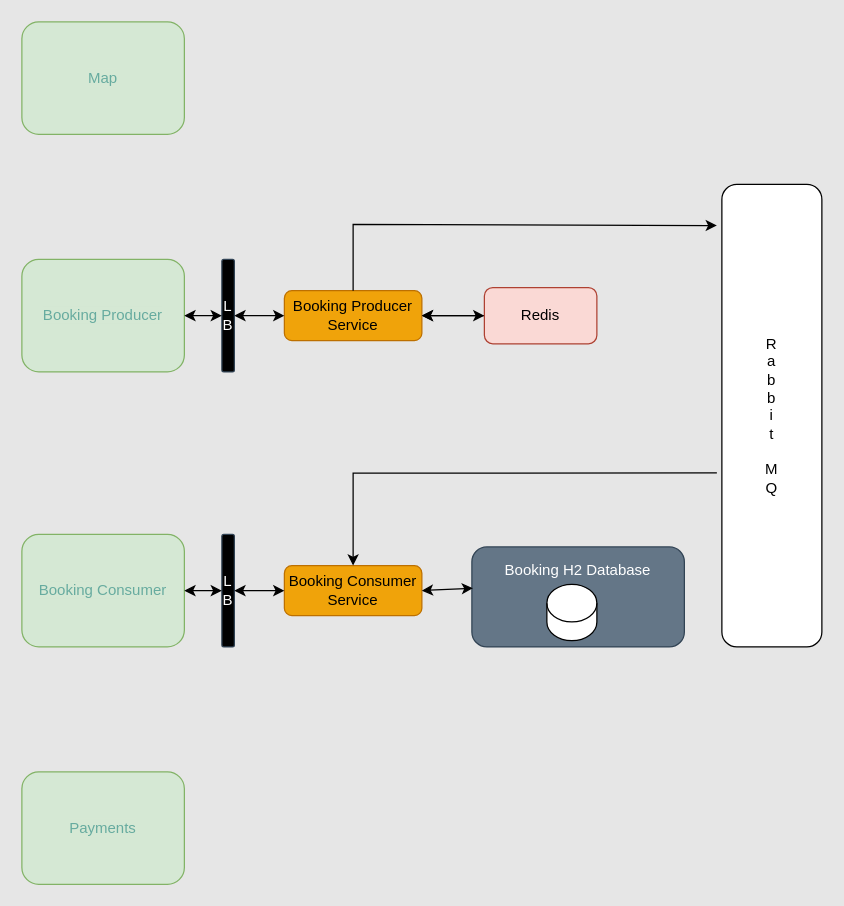
Earlier version of the draw.io diagram docs/Arch_Design.drawio (bozgur87/inghub). Source tidied: cells renumbered, new cells numbered last; positions are measured from the earlier drawing's top-left corner, leaving out a move shared by most shapes. Both pictures are drawn from the tidied source at 125%, with x=0, y=0 at pixel (21, 21).
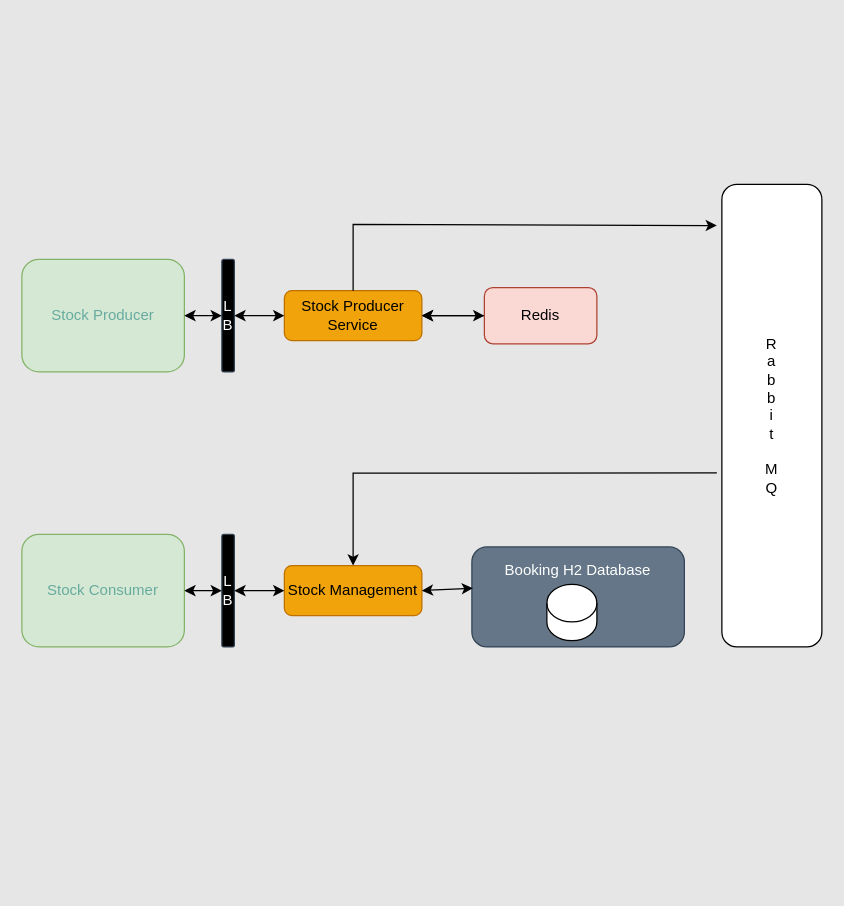
The same page after the edit.

Commit message (it also covers changes not shown here):
fix: github url

Change to the diagram source:
```diff
@@
-    <mxCell id="2" value="&lt;span style=&quot;background-color: rgb(213, 232, 212);&quot;&gt;&lt;font color=&quot;#67ab9f&quot;&gt;Booking Producer&lt;/font&gt;&lt;/span&gt;" style="rounded=1;whiteSpace=wrap;html=1;fillColor=#d5e8d4;strokeColor=#82b366;" parent="1" vertex="1">
+    <mxCell id="2" value="&lt;span style=&quot;background-color: rgb(213, 232, 212);&quot;&gt;&lt;font color=&quot;#67ab9f&quot;&gt;Stock Producer&lt;/font&gt;&lt;/span&gt;" style="rounded=1;whiteSpace=wrap;html=1;fillColor=#d5e8d4;strokeColor=#82b366;" parent="1" vertex="1">
       <mxGeometry y="190" width="130" height="90" as="geometry" />
     </mxCell>
-    <mxCell id="3" value="&lt;span style=&quot;background-color: rgb(213, 232, 212);&quot;&gt;&lt;font color=&quot;#67ab9f&quot;&gt;Map&lt;/font&gt;&lt;/span&gt;" style="rounded=1;whiteSpace=wrap;html=1;fillColor=#d5e8d4;strokeColor=#82b366;" parent="1" vertex="1">
-      <mxGeometry width="130" height="90" as="geometry" />
-    </mxCell>
-    <mxCell id="4" value="&lt;span style=&quot;background-color: rgb(213, 232, 212);&quot;&gt;&lt;font color=&quot;#67ab9f&quot;&gt;Payments&lt;/font&gt;&lt;/span&gt;" style="rounded=1;whiteSpace=wrap;html=1;fillColor=#d5e8d4;strokeColor=#82b366;" parent="1" vertex="1">
-      <mxGeometry y="600" width="130" height="90" as="geometry" />
-    </mxCell>
@@
-    <mxCell id="7" value="Booking Producer Service" style="rounded=1;whiteSpace=wrap;html=1;fillColor=#f0a30a;strokeColor=#BD7000;fontColor=#000000;" parent="1" vertex="1">
+    <mxCell id="7" value="Stock Producer Service" style="rounded=1;whiteSpace=wrap;html=1;fillColor=#f0a30a;strokeColor=#BD7000;fontColor=#000000;" parent="1" vertex="1">
       <mxGeometry x="210" y="215" width="110" height="40" as="geometry" />
     </mxCell>
@@
-    <mxCell id="14" value="&lt;span style=&quot;background-color: rgb(213, 232, 212);&quot;&gt;&lt;font color=&quot;#67ab9f&quot;&gt;Booking Consumer&lt;/font&gt;&lt;/span&gt;" style="rounded=1;whiteSpace=wrap;html=1;fillColor=#d5e8d4;strokeColor=#82b366;" parent="1" vertex="1">
+    <mxCell id="14" value="&lt;span style=&quot;background-color: rgb(213, 232, 212);&quot;&gt;&lt;font color=&quot;#67ab9f&quot;&gt;Stock Consumer&lt;/font&gt;&lt;/span&gt;" style="rounded=1;whiteSpace=wrap;html=1;fillColor=#d5e8d4;strokeColor=#82b366;" parent="1" vertex="1">
       <mxGeometry y="410" width="130" height="90" as="geometry" />
     </mxCell>
@@
-    <mxCell id="17" value="Booking Consumer Service" style="rounded=1;whiteSpace=wrap;html=1;fillColor=#f0a30a;strokeColor=#BD7000;fontColor=#000000;" parent="1" vertex="1">
+    <mxCell id="17" value="Stock Management" style="rounded=1;whiteSpace=wrap;html=1;fillColor=#f0a30a;strokeColor=#BD7000;fontColor=#000000;" parent="1" vertex="1">
       <mxGeometry x="210" y="435" width="110" height="40" as="geometry" />
     </mxCell>
```
